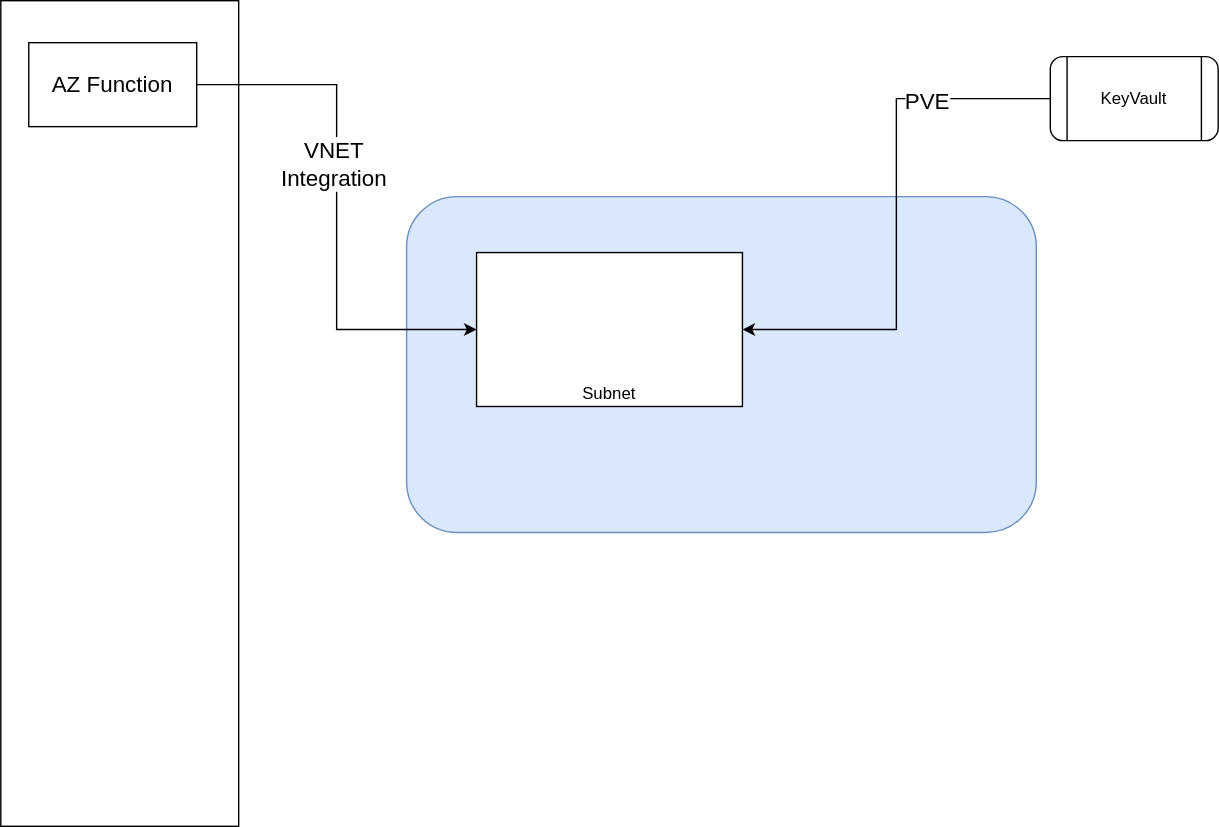
Earlier version of the draw.io export AzureFunctionKeyVaultIntegration.svg (vjavle/invoicecloud). Source tidied: cells renumbered, new cells last; positions are measured from the earlier drawing's top-left corner, leaving out a move shared by most shapes.
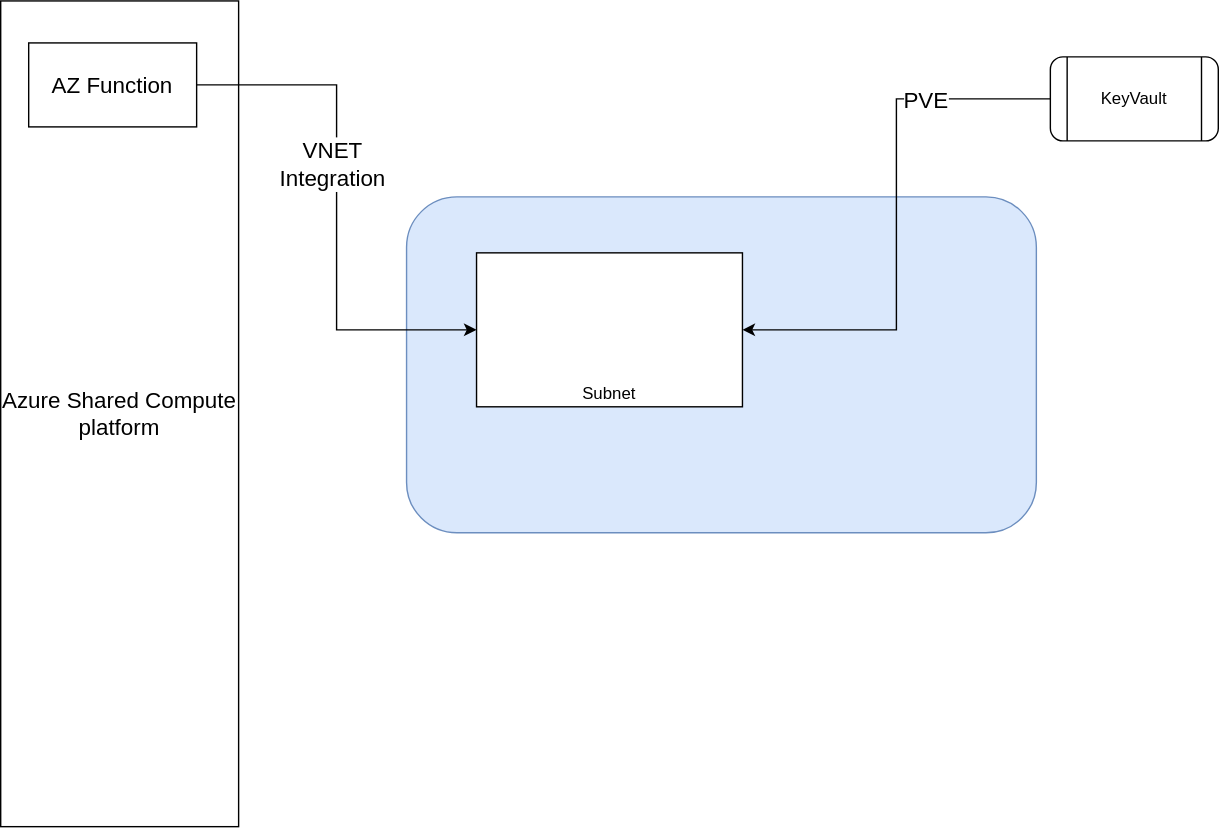
Above is the later version.

What changed in the source:
```diff
@@ -2,7 +2,7 @@
   <root>
     <mxCell id="0" />
     <mxCell id="1" parent="0" />
-    <mxCell id="2" style="rounded=0;whiteSpace=wrap;html=1;fontSize=16;" parent="1" vertex="1">
+    <mxCell id="2" value="Azure Shared Compute platform" style="rounded=0;whiteSpace=wrap;html=1;fontSize=16;" parent="1" vertex="1">
       <mxGeometry width="170" height="590" as="geometry" />
     </mxCell>
     <mxCell id="3" style="rounded=1;whiteSpace=wrap;html=1;fillColor=#dae8fc;strokeColor=#6c8ebf;" parent="1" vertex="1">
```
